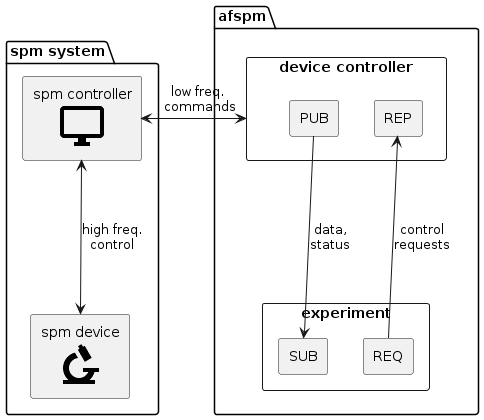
This is docs/images/afspm_without_afspmcon.png from nsulmol/afspm, a PlantUML export, as it was before one commit. Source of this version:
```plantuml
@startuml
  skinparam componentStyle rectangle
  skinparam defaultTextAlignment center
  skinparam wrapWidth 200
  skinparam maxMessageSize 200
  !include <material/microscope>
  !include <material/monitor>

  package "spm system" as spm_system {
    component "spm device\n<$ma_microscope>" as spmdev
    component "spm controller\n<$ma_monitor>" as spmcon
    spmcon <---> spmdev: high freq. \ncontrol
  }

  package afspm {
    component "device controller" as devcon {
      component PUB as dc_pub
      component REP as dc_rep
    }

    component experiment as exp {
      component SUB as exp_sub
      component REQ as exp_req
    }

    dc_pub ---> exp_sub: data, \nstatus
    exp_req ---> dc_rep: control\nrequests
  }

  spmcon <---r---> devcon: low freq. \n commands



@enduml
```
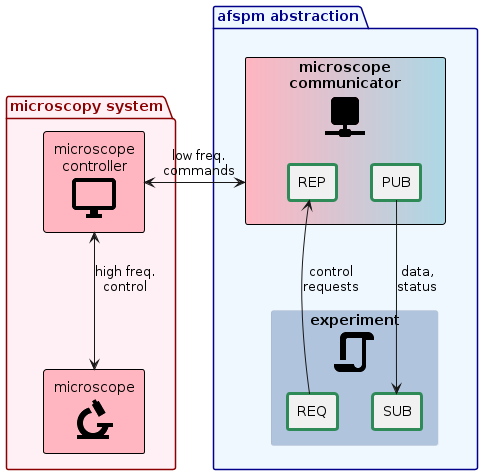
Later version of the same file.

The edit, as a diff of the source:
```diff
@@ -1,34 +1,23 @@
 @startuml
-  skinparam componentStyle rectangle
-  skinparam defaultTextAlignment center
-  skinparam wrapWidth 200
-  skinparam maxMessageSize 200
-  !include <material/microscope>
-  !include <material/monitor>
+!include style.puml
+!include microscopy.puml
+!include <material/network>
+!include <material/script>
 
-  package "spm system" as spm_system {
-    component "spm device\n<$ma_microscope>" as spmdev
-    component "spm controller\n<$ma_monitor>" as spmcon
-    spmcon <---> spmdev: high freq. \ncontrol
+package "afspm abstraction" <<groupinternal>> {
+  component "microscope\ncommunicator\n<$ma_network>" <<interface>> <<required>> as devcon {
+    component "PUB" <<socket>> as dc_pub
+    component REP <<socket>> as dc_rep
   }
 
-  package afspm {
-    component "device controller" as devcon {
-      component PUB as dc_pub
-      component REP as dc_rep
-    }
-
-    component experiment as exp {
-      component SUB as exp_sub
-      component REQ as exp_req
-    }
-
-    dc_pub ---> exp_sub: data, \nstatus
-    exp_req ---> dc_rep: control\nrequests
+  component "experiment\n<$ma_script>" <<internal>> as exp {
+    component SUB <<socket>> as exp_sub
+    component REQ <<socket>> as exp_req
   }
 
-  spmcon <---r---> devcon: low freq. \n commands
+  dc_pub -d-> exp_sub: data, \nstatus
+  exp_req -u-> dc_rep: control\nrequests
+}
 
-
-
+spmcon <-> devcon: "low freq.\ncommands"
 @enduml
```
